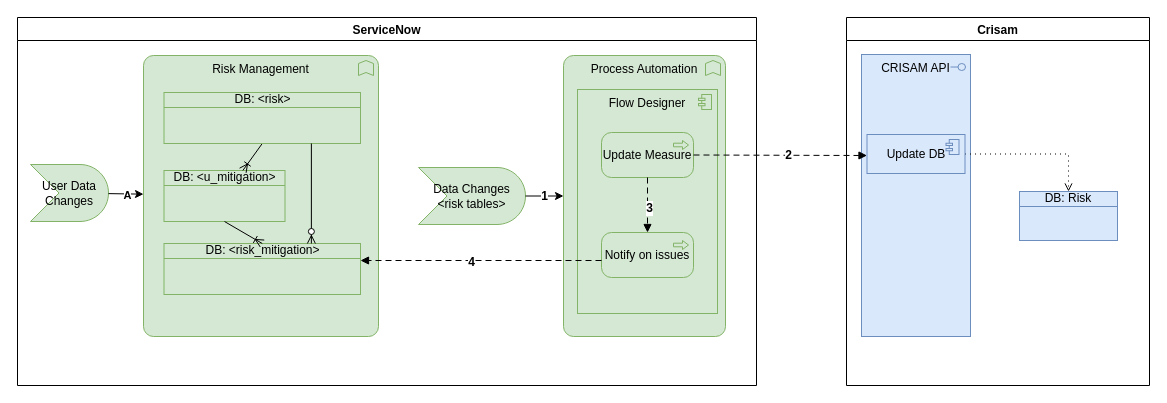
Earlier version of the draw.io diagram page "SN2Crisam" (15 of 16) of AldiCrisam.drawio (algimas/tmp). Source tidied: cells renumbered, new cells numbered last; positions are measured from the earlier drawing's top-left corner, leaving out a move shared by most shapes. Both pictures are drawn from the tidied source at 100%, with x=0, y=0 at pixel (17, 17).
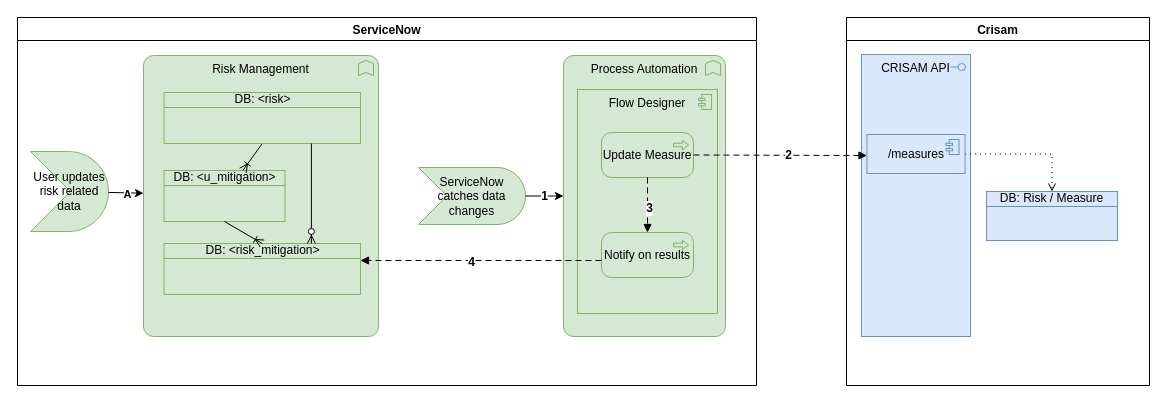
Above is the later version.

Unchanged cells that the change refers to:
```xml
<mxCell id="2" value="Crisam" style="swimlane;" parent="1" vertex="1">
  <mxGeometry x="829" width="303" height="368" as="geometry" />
</mxCell>
<mxCell id="7" value="ServiceNow" style="swimlane;" parent="1" vertex="1">
  <mxGeometry width="739" height="368" as="geometry" />
</mxCell>
```

Diff of the diagram source:
```diff
@@
-    <mxCell id="4" value="DB: Risk" style="html=1;outlineConnect=0;whiteSpace=wrap;fillColor=#dae8fc;shape=mxgraph.archimate3.businessObject;overflow=fill;strokeColor=#6c8ebf;" parent="2" vertex="1">
-      <mxGeometry x="173" y="174" width="98" height="49" as="geometry" />
+    <mxCell id="4" value="DB: Risk / Measure" style="html=1;outlineConnect=0;whiteSpace=wrap;fillColor=#dae8fc;shape=mxgraph.archimate3.businessObject;overflow=fill;strokeColor=#6c8ebf;" parent="2" vertex="1">
+      <mxGeometry x="140" y="174" width="131" height="49" as="geometry" />
     </mxCell>
@@
-    <mxCell id="6" value="Update DB" style="html=1;outlineConnect=0;whiteSpace=wrap;fillColor=#dae8fc;shape=mxgraph.archimate3.application;appType=comp;archiType=square;strokeColor=#6c8ebf;" parent="2" vertex="1">
+    <mxCell id="6" value="/measures" style="html=1;outlineConnect=0;whiteSpace=wrap;fillColor=#dae8fc;shape=mxgraph.archimate3.application;appType=comp;archiType=square;strokeColor=#6c8ebf;" parent="2" vertex="1">
       <mxGeometry x="20.5" y="117" width="98" height="39" as="geometry" />
     </mxCell>
@@
-    <mxCell id="8" value="User Data Changes" style="html=1;outlineConnect=0;whiteSpace=wrap;fillColor=#d5e8d4;shape=mxgraph.archimate3.event;strokeColor=#82b366;" parent="7" vertex="1">
-      <mxGeometry x="13" y="147" width="78" height="57" as="geometry" />
+    <mxCell id="8" value="User updates risk related data" style="html=1;outlineConnect=0;whiteSpace=wrap;fillColor=#d5e8d4;shape=mxgraph.archimate3.event;strokeColor=#82b366;" parent="7" vertex="1">
+      <mxGeometry x="13" y="134" width="78" height="80" as="geometry" />
     </mxCell>
@@
-    <mxCell id="13" value="Data Changes &lt;br&gt;&amp;lt;risk tables&amp;gt;" style="html=1;outlineConnect=0;whiteSpace=wrap;fillColor=#d5e8d4;shape=mxgraph.archimate3.event;strokeColor=#82b366;" parent="7" vertex="1">
+    <mxCell id="13" value="ServiceNow catches data changes" style="html=1;outlineConnect=0;whiteSpace=wrap;fillColor=#d5e8d4;shape=mxgraph.archimate3.event;strokeColor=#82b366;" parent="7" vertex="1">
       <mxGeometry x="401" y="150" width="107" height="57" as="geometry" />
     </mxCell>
@@
-    <mxCell id="21" value="Notify on issues" style="html=1;outlineConnect=0;whiteSpace=wrap;fillColor=#d5e8d4;shape=mxgraph.archimate3.application;appType=proc;archiType=rounded;strokeColor=#82b366;" parent="7" vertex="1">
+    <mxCell id="21" value="Notify on results" style="html=1;outlineConnect=0;whiteSpace=wrap;fillColor=#d5e8d4;shape=mxgraph.archimate3.application;appType=proc;archiType=rounded;strokeColor=#82b366;" parent="7" vertex="1">
       <mxGeometry x="584" y="215" width="92" height="45" as="geometry" />
     </mxCell>
```
